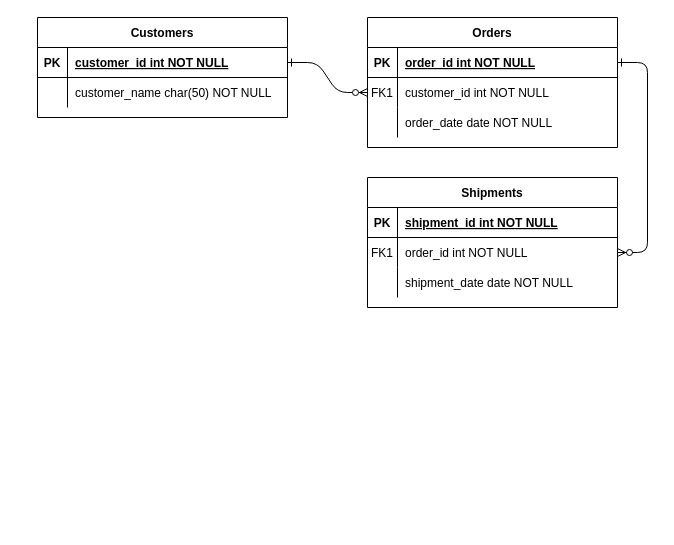
This is 7003assignment1.drawio from lo0109/lo0109, a draw.io file, before an edit. Source tidied: cells renumbered, new cells numbered last; positions are measured from the earlier drawing's top-left corner, leaving out a move shared by most shapes. Both pictures are drawn from the tidied source at 100%, with x=0, y=0 at pixel (37, 17).
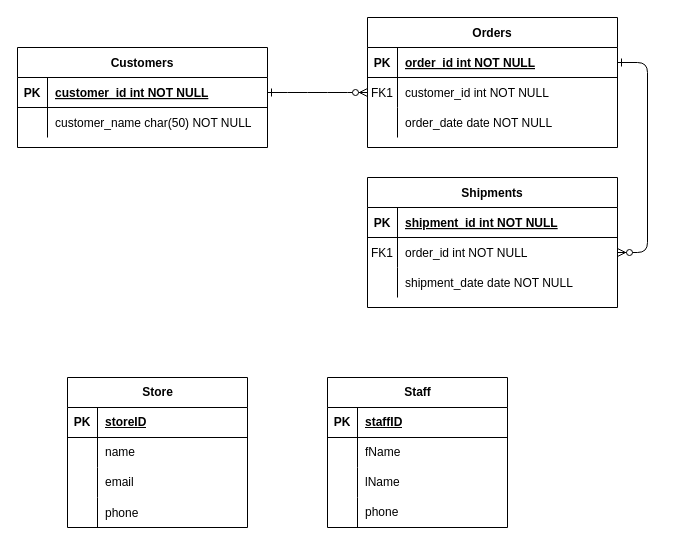
The same diagram, later.

Diff of the diagram source:
```diff
@@
     <mxCell id="24" value="Customers" style="shape=table;startSize=30;childLayout=tableLayout;rowLines=0;fontStyle=1;align=center;" parent="1" vertex="1">
-      <mxGeometry width="250" height="100" as="geometry" />
+      <mxGeometry x="-20" y="30" width="250" height="100" as="geometry" />
     </mxCell>
@@
+    <mxCell id="31" value="Store" style="shape=table;startSize=30;childLayout=tableLayout;rowLines=0;fontStyle=1;align=center;html=1;" parent="1" vertex="1">
+      <mxGeometry x="30" y="360" width="180" height="150" as="geometry" />
+    </mxCell>
+    <mxCell id="32" style="shape=tableRow;horizontal=0;startSize=0;swimlaneHead=0;swimlaneBody=0;fillColor=none;top=0;left=0;right=0;bottom=1;" parent="31" vertex="1">
+      <mxGeometry y="30" width="180" height="30" as="geometry" />
+    </mxCell>
+    <mxCell id="33" value="PK" style="shape=partialRectangle;fillColor=none;top=0;left=0;bottom=0;right=0;fontStyle=1;overflow=hidden;whiteSpace=wrap;html=1;" parent="32" vertex="1">
+      <mxGeometry width="30" height="30" as="geometry" />
+    </mxCell>
+    <mxCell id="34" value="storeID" style="shape=partialRectangle;fillColor=none;top=0;left=0;bottom=0;right=0;align=left;spacingLeft=6;fontStyle=5;overflow=hidden;whiteSpace=wrap;html=1;" parent="32" vertex="1">
+      <mxGeometry x="30" width="150" height="30" as="geometry" />
+    </mxCell>
+    <mxCell id="35" style="shape=tableRow;horizontal=0;startSize=0;swimlaneHead=0;swimlaneBody=0;fillColor=none;top=0;left=0;right=0;bottom=0;" parent="31" vertex="1">
+      <mxGeometry y="60" width="180" height="30" as="geometry" />
+    </mxCell>
+    <mxCell id="36" style="shape=partialRectangle;fillColor=none;top=0;left=0;bottom=0;right=0;overflow=hidden;whiteSpace=wrap;html=1;" parent="35" vertex="1">
+      <mxGeometry width="30" height="30" as="geometry" />
+    </mxCell>
+    <mxCell id="37" value="name" style="shape=partialRectangle;fillColor=none;top=0;left=0;bottom=0;right=0;align=left;spacingLeft=6;overflow=hidden;whiteSpace=wrap;html=1;" parent="35" vertex="1">
+      <mxGeometry x="30" width="150" height="30" as="geometry" />
+    </mxCell>
+    <mxCell id="38" style="shape=tableRow;horizontal=0;startSize=0;swimlaneHead=0;swimlaneBody=0;fillColor=none;top=0;left=0;right=0;bottom=0;" parent="31" vertex="1">
+      <mxGeometry y="90" width="180" height="30" as="geometry" />
+    </mxCell>
+    <mxCell id="39" style="shape=partialRectangle;fillColor=none;top=0;left=0;bottom=0;right=0;overflow=hidden;whiteSpace=wrap;html=1;" parent="38" vertex="1">
+      <mxGeometry width="30" height="30" as="geometry" />
+    </mxCell>
+    <mxCell id="40" value="email" style="shape=partialRectangle;fillColor=none;top=0;left=0;bottom=0;right=0;align=left;spacingLeft=6;overflow=hidden;whiteSpace=wrap;html=1;" parent="38" vertex="1">
+      <mxGeometry x="30" width="150" height="30" as="geometry" />
+    </mxCell>
+    <mxCell id="41" style="shape=tableRow;horizontal=0;startSize=0;swimlaneHead=0;swimlaneBody=0;fillColor=none;top=0;left=0;right=0;bottom=0;" parent="31" vertex="1">
+      <mxGeometry y="120" width="180" height="30" as="geometry" />
+    </mxCell>
+    <mxCell id="42" style="shape=partialRectangle;fillColor=none;top=0;left=0;bottom=0;right=0;overflow=hidden;" parent="41" vertex="1">
+      <mxGeometry width="30" height="30" as="geometry" />
+    </mxCell>
+    <mxCell id="43" value="phone" style="shape=partialRectangle;fillColor=none;top=0;left=0;bottom=0;right=0;align=left;spacingLeft=6;overflow=hidden;" parent="41" vertex="1">
+      <mxGeometry x="30" width="150" height="30" as="geometry" />
+    </mxCell>
+    <mxCell id="44" value="Staff" style="shape=table;startSize=30;childLayout=tableLayout;rowLines=0;fontStyle=1;align=center;html=1;" parent="1" vertex="1">
+      <mxGeometry x="290" y="360" width="180" height="150" as="geometry" />
+    </mxCell>
+    <mxCell id="45" style="shape=tableRow;horizontal=0;startSize=0;swimlaneHead=0;swimlaneBody=0;fillColor=none;top=0;left=0;right=0;bottom=1;" parent="44" vertex="1">
+      <mxGeometry y="30" width="180" height="30" as="geometry" />
+    </mxCell>
+    <mxCell id="46" value="PK" style="shape=partialRectangle;fillColor=none;top=0;left=0;bottom=0;right=0;fontStyle=1;overflow=hidden;whiteSpace=wrap;html=1;" parent="45" vertex="1">
+      <mxGeometry width="30" height="30" as="geometry" />
+    </mxCell>
+    <mxCell id="47" value="staffID" style="shape=partialRectangle;fillColor=none;top=0;left=0;bottom=0;right=0;align=left;spacingLeft=6;fontStyle=5;overflow=hidden;whiteSpace=wrap;html=1;" parent="45" vertex="1">
+      <mxGeometry x="30" width="150" height="30" as="geometry" />
+    </mxCell>
+    <mxCell id="48" style="shape=tableRow;horizontal=0;startSize=0;swimlaneHead=0;swimlaneBody=0;fillColor=none;top=0;left=0;right=0;bottom=0;" parent="44" vertex="1">
+      <mxGeometry y="60" width="180" height="30" as="geometry" />
+    </mxCell>
+    <mxCell id="49" style="shape=partialRectangle;fillColor=none;top=0;left=0;bottom=0;right=0;overflow=hidden;whiteSpace=wrap;html=1;" parent="48" vertex="1">
+      <mxGeometry width="30" height="30" as="geometry" />
+    </mxCell>
+    <mxCell id="50" value="fName" style="shape=partialRectangle;fillColor=none;top=0;left=0;bottom=0;right=0;align=left;spacingLeft=6;overflow=hidden;whiteSpace=wrap;html=1;" parent="48" vertex="1">
+      <mxGeometry x="30" width="150" height="30" as="geometry" />
+    </mxCell>
+    <mxCell id="51" style="shape=tableRow;horizontal=0;startSize=0;swimlaneHead=0;swimlaneBody=0;fillColor=none;top=0;left=0;right=0;bottom=0;" parent="44" vertex="1">
+      <mxGeometry y="90" width="180" height="30" as="geometry" />
+    </mxCell>
+    <mxCell id="52" style="shape=partialRectangle;fillColor=none;top=0;left=0;bottom=0;right=0;overflow=hidden;whiteSpace=wrap;html=1;" parent="51" vertex="1">
+      <mxGeometry width="30" height="30" as="geometry" />
+    </mxCell>
+    <mxCell id="53" value="lName" style="shape=partialRectangle;fillColor=none;top=0;left=0;bottom=0;right=0;align=left;spacingLeft=6;overflow=hidden;whiteSpace=wrap;html=1;" parent="51" vertex="1">
+      <mxGeometry x="30" width="150" height="30" as="geometry" />
+    </mxCell>
+    <mxCell id="54" style="shape=tableRow;horizontal=0;startSize=0;swimlaneHead=0;swimlaneBody=0;fillColor=none;top=0;left=0;right=0;bottom=0;" parent="44" vertex="1">
+      <mxGeometry y="120" width="180" height="30" as="geometry" />
+    </mxCell>
+    <mxCell id="55" style="shape=partialRectangle;fillColor=none;top=0;left=0;bottom=0;right=0;overflow=hidden;whiteSpace=wrap;html=1;" parent="54" vertex="1">
+      <mxGeometry width="30" height="30" as="geometry" />
+    </mxCell>
+    <mxCell id="56" value="phone" style="shape=partialRectangle;fillColor=none;top=0;left=0;bottom=0;right=0;align=left;spacingLeft=6;overflow=hidden;whiteSpace=wrap;html=1;" parent="54" vertex="1">
+      <mxGeometry x="30" width="150" height="30" as="geometry" />
+    </mxCell>
```
